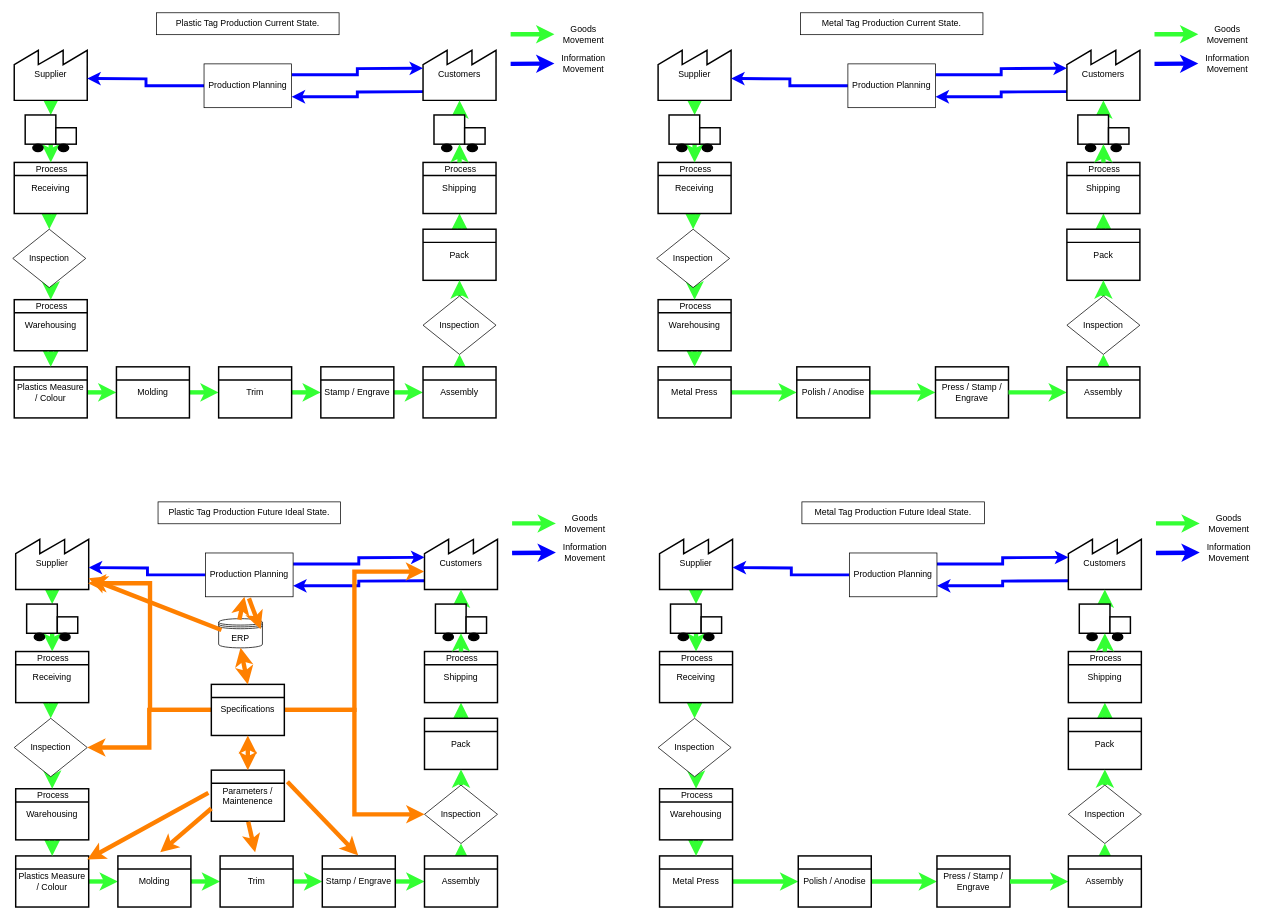
Earlier version of the draw.io diagram Untitled Diagram2.drawio (BertieHarte/Drawings). Source tidied: cells renumbered, new cells numbered last; positions are measured from the earlier drawing's top-left corner, leaving out a move shared by most shapes. Both pictures are drawn from the tidied source at 73%, with x=0, y=0 at pixel (12, 12).
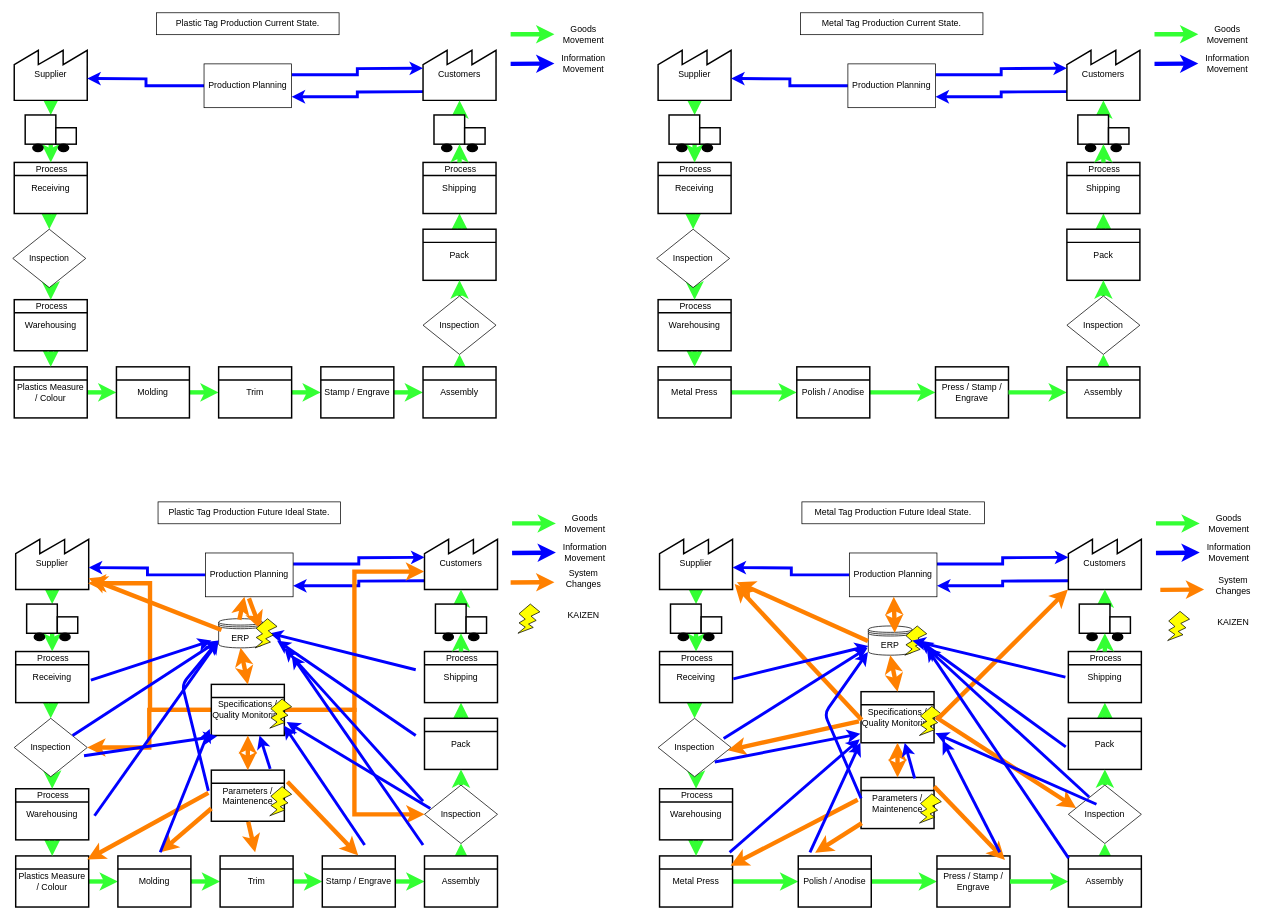
The same diagram, later.

The change refers to these unchanged cells:
```xml
<mxCell id="94" value="Receiving" style="strokeWidth=2;html=1;shape=mxgraph.lean_mapping.manufacturing_process;fontSize=12;verticalAlign=middle;html=1;align=center;whiteSpace=wrap;" parent="1" vertex="1">
  <mxGeometry x="4" y="875" width="100" height="70" as="geometry" />
</mxCell>
<mxCell id="103" value="Inspection" style="rhombus;whiteSpace=wrap;html=1;" parent="1" vertex="1">
  <mxGeometry x="2" y="966.5" width="100" height="80" as="geometry" />
</mxCell>
<mxCell id="127" value="Supplier" style="strokeWidth=2;html=1;shape=mxgraph.lean_mapping.outside_sources;whiteSpace=wrap;align=center;" parent="1" vertex="1">
  <mxGeometry x="886" y="720" width="100" height="70" as="geometry" />
</mxCell>
<mxCell id="129" value="Customers" style="strokeWidth=2;html=1;shape=mxgraph.lean_mapping.outside_sources;whiteSpace=wrap;align=center;" parent="1" vertex="1">
  <mxGeometry x="1446" y="720" width="100" height="70" as="geometry" />
</mxCell>
<mxCell id="131" value="Metal Press" style="strokeWidth=2;html=1;shape=mxgraph.lean_mapping.manufacturing_process;fontSize=12;verticalAlign=middle;html=1;align=center;whiteSpace=wrap;" parent="1" vertex="1">
  <mxGeometry x="886" y="1155" width="100" height="70" as="geometry" />
</mxCell>
<mxCell id="134" value="Production Planning" style="rounded=0;whiteSpace=wrap;html=1;" parent="1" vertex="1">
  <mxGeometry x="1146" y="740" width="120" height="60" as="geometry" />
</mxCell>
<mxCell id="136" value="Receiving" style="strokeWidth=2;html=1;shape=mxgraph.lean_mapping.manufacturing_process;fontSize=12;verticalAlign=middle;html=1;align=center;whiteSpace=wrap;" parent="1" vertex="1">
  <mxGeometry x="886" y="875" width="100" height="70" as="geometry" />
</mxCell>
<mxCell id="145" value="Inspection" style="rhombus;whiteSpace=wrap;html=1;" parent="1" vertex="1">
  <mxGeometry x="884" y="966.5" width="100" height="80" as="geometry" />
</mxCell>
<mxCell id="151" value="Assembly" style="strokeWidth=2;html=1;shape=mxgraph.lean_mapping.manufacturing_process;fontSize=12;verticalAlign=middle;html=1;align=center;whiteSpace=wrap;" parent="1" vertex="1">
  <mxGeometry x="1446" y="1155" width="100" height="70" as="geometry" />
</mxCell>
<mxCell id="153" value="Pack" style="strokeWidth=2;html=1;shape=mxgraph.lean_mapping.manufacturing_process;fontSize=12;verticalAlign=middle;html=1;align=center;whiteSpace=wrap;" parent="1" vertex="1">
  <mxGeometry x="1446" y="966.5" width="100" height="70" as="geometry" />
</mxCell>
<mxCell id="155" value="Inspection" style="rhombus;whiteSpace=wrap;html=1;" parent="1" vertex="1">
  <mxGeometry x="1446" y="1058" width="100" height="80" as="geometry" />
</mxCell>
<mxCell id="166" value="ERP" style="shape=datastore;whiteSpace=wrap;html=1;" parent="1" vertex="1">
  <mxGeometry x="282" y="830" width="60" height="40" as="geometry" />
</mxCell>
<mxCell id="172" value="Parameters / Maintenence" style="strokeWidth=2;html=1;shape=mxgraph.lean_mapping.manufacturing_process;fontSize=12;verticalAlign=middle;html=1;align=center;whiteSpace=wrap;" parent="1" vertex="1">
  <mxGeometry x="272" y="1037.5" width="100" height="70" as="geometry" />
</mxCell>
```

Diff of the diagram source:
```diff
@@
-    <mxCell id="171" value="Specifications" style="strokeWidth=2;html=1;shape=mxgraph.lean_mapping.manufacturing_process;fontSize=12;verticalAlign=middle;html=1;align=center;whiteSpace=wrap;" parent="1" vertex="1">
+    <mxCell id="171" value="Specifications / Quality Monitoring" style="strokeWidth=2;html=1;shape=mxgraph.lean_mapping.manufacturing_process;fontSize=12;verticalAlign=middle;html=1;align=center;whiteSpace=wrap;" parent="1" vertex="1">
       <mxGeometry x="272" y="920" width="100" height="70" as="geometry" />
     </mxCell>
@@
+    <mxCell id="182" style="endArrow=classic;html=1;strokeColor=#0000FF;strokeWidth=4;" parent="1" edge="1">
+      <mxGeometry relative="1" as="geometry">
+        <mxPoint x="552" y="900" as="sourcePoint" />
+        <mxPoint x="352" y="850" as="targetPoint" />
+      </mxGeometry>
+    </mxCell>
+    <mxCell id="183" style="endArrow=classic;html=1;strokeColor=#0000FF;strokeWidth=4;" parent="1" edge="1">
+      <mxGeometry relative="1" as="geometry">
+        <mxPoint x="552" y="990" as="sourcePoint" />
+        <mxPoint x="362" y="860" as="targetPoint" />
+      </mxGeometry>
+    </mxCell>
+    <mxCell id="184" style="endArrow=classic;html=1;strokeColor=#0000FF;strokeWidth=4;" parent="1" edge="1">
+      <mxGeometry relative="1" as="geometry">
+        <mxPoint x="562" y="1080" as="sourcePoint" />
+        <mxPoint x="372" y="870" as="targetPoint" />
+      </mxGeometry>
+    </mxCell>
+    <mxCell id="185" style="endArrow=classic;html=1;strokeColor=#0000FF;strokeWidth=4;" parent="1" edge="1">
+      <mxGeometry relative="1" as="geometry">
+        <mxPoint x="562" y="1140" as="sourcePoint" />
+        <mxPoint x="382" y="880" as="targetPoint" />
+      </mxGeometry>
+    </mxCell>
+    <mxCell id="186" style="endArrow=classic;html=1;strokeColor=#0000FF;strokeWidth=4;entryX=0.995;entryY=0.805;entryDx=0;entryDy=0;entryPerimeter=0;" parent="1" edge="1" target="171">
+      <mxGeometry relative="1" as="geometry">
+        <mxPoint x="482" y="1140" as="sourcePoint" />
+      </mxGeometry>
+    </mxCell>
+    <mxCell id="187" style="endArrow=classic;html=1;strokeColor=#0000FF;strokeWidth=4;entryX=-0.022;entryY=0.872;entryDx=0;entryDy=0;entryPerimeter=0;" parent="1" edge="1" target="171">
+      <mxGeometry relative="1" as="geometry">
+        <mxPoint x="202" y="1150" as="sourcePoint" />
+      </mxGeometry>
+    </mxCell>
+    <mxCell id="188" style="endArrow=classic;html=1;strokeColor=#0000FF;strokeWidth=4;entryX=1.032;entryY=0.738;entryDx=0;entryDy=0;entryPerimeter=0;" parent="1" edge="1" target="171">
+      <mxGeometry relative="1" as="geometry">
+        <mxPoint x="572" y="1090" as="sourcePoint" />
+      </mxGeometry>
+    </mxCell>
+    <mxCell id="189" style="endArrow=classic;html=1;strokeColor=#0000FF;strokeWidth=4;entryX=-0.022;entryY=0.872;entryDx=0;entryDy=0;entryPerimeter=0;exitX=0.956;exitY=0.641;exitDx=0;exitDy=0;exitPerimeter=0;" parent="1" edge="1" source="103">
+      <mxGeometry relative="1" as="geometry">
+        <mxPoint x="279.8" y="991" as="targetPoint" />
+      </mxGeometry>
+    </mxCell>
+    <mxCell id="190" style="endArrow=classic;html=1;strokeColor=#0000FF;strokeWidth=4;entryX=-0.015;entryY=0.765;entryDx=0;entryDy=0;entryPerimeter=0;exitX=-0.041;exitY=0.404;exitDx=0;exitDy=0;exitPerimeter=0;" parent="1" edge="1" source="172" target="166">
+      <mxGeometry relative="1" as="geometry">
+        <Array as="points">
+          <mxPoint x="232" y="920" />
+        </Array>
+      </mxGeometry>
+    </mxCell>
+    <mxCell id="191" style="endArrow=classic;html=1;strokeColor=#0000FF;strokeWidth=4;exitX=1.03;exitY=0.561;exitDx=0;exitDy=0;exitPerimeter=0;" parent="1" edge="1" source="94">
+      <mxGeometry relative="1" as="geometry">
+        <mxPoint x="272" y="860" as="targetPoint" />
+      </mxGeometry>
+    </mxCell>
+    <mxCell id="192" style="endArrow=classic;html=1;strokeColor=#0000FF;strokeWidth=4;exitX=0.8;exitY=0.294;exitDx=0;exitDy=0;exitPerimeter=0;" parent="1" edge="1" source="103">
+      <mxGeometry relative="1" as="geometry">
+        <mxPoint x="282" y="860" as="targetPoint" />
+      </mxGeometry>
+    </mxCell>
+    <mxCell id="193" style="endArrow=classic;html=1;strokeColor=#0000FF;strokeWidth=4;" parent="1" edge="1">
+      <mxGeometry relative="1" as="geometry">
+        <mxPoint x="112" y="1100" as="sourcePoint" />
+        <mxPoint x="282" y="860" as="targetPoint" />
+      </mxGeometry>
+    </mxCell>
+    <mxCell id="194" style="endArrow=classic;html=1;strokeColor=#FF8000;strokeWidth=6;" parent="1" edge="1">
+      <mxGeometry relative="1" as="geometry">
+        <mxPoint x="682" y="780.5" as="sourcePoint" />
+        <mxPoint x="742" y="780" as="targetPoint" />
+      </mxGeometry>
+    </mxCell>
+    <mxCell id="195" value="System Changes" style="text;html=1;strokeColor=none;fillColor=none;align=center;verticalAlign=middle;whiteSpace=wrap;rounded=0;" parent="1" vertex="1">
+      <mxGeometry x="742" y="760" width="80" height="30" as="geometry" />
+    </mxCell>
+    <mxCell id="196" style="verticalLabelPosition=bottom;verticalAlign=top;html=1;shape=mxgraph.basic.flash;fillColor=#FFFF00;" parent="1" vertex="1">
+      <mxGeometry x="692" y="810" width="30" height="40" as="geometry" />
+    </mxCell>
+    <mxCell id="197" value="KAIZEN" style="text;html=1;strokeColor=none;fillColor=none;align=center;verticalAlign=middle;whiteSpace=wrap;rounded=0;" parent="1" vertex="1">
+      <mxGeometry x="742" y="810" width="80" height="30" as="geometry" />
+    </mxCell>
+    <mxCell id="198" style="verticalLabelPosition=bottom;verticalAlign=top;html=1;shape=mxgraph.basic.flash;fillColor=#FFFF00;" parent="1" vertex="1">
+      <mxGeometry x="332" y="830" width="30" height="40" as="geometry" />
+    </mxCell>
+    <mxCell id="199" style="verticalLabelPosition=bottom;verticalAlign=top;html=1;shape=mxgraph.basic.flash;fillColor=#FFFF00;" parent="1" vertex="1">
+      <mxGeometry x="352" y="940" width="30" height="40" as="geometry" />
+    </mxCell>
+    <mxCell id="200" style="verticalLabelPosition=bottom;verticalAlign=top;html=1;shape=mxgraph.basic.flash;fillColor=#FFFF00;" parent="1" vertex="1">
+      <mxGeometry x="352" y="1060" width="30" height="40" as="geometry" />
+    </mxCell>
+    <mxCell id="201" value="ERP" style="shape=datastore;whiteSpace=wrap;html=1;" parent="1" vertex="1">
+      <mxGeometry x="1172" y="840" width="60" height="40" as="geometry" />
+    </mxCell>
+    <mxCell id="202" value="Specifications / Quality Monitoring" style="strokeWidth=2;html=1;shape=mxgraph.lean_mapping.manufacturing_process;fontSize=12;verticalAlign=middle;html=1;align=center;whiteSpace=wrap;" parent="1" vertex="1">
+      <mxGeometry x="1162" y="930" width="100" height="70" as="geometry" />
+    </mxCell>
+    <mxCell id="203" value="Parameters / Maintenence" style="strokeWidth=2;html=1;shape=mxgraph.lean_mapping.manufacturing_process;fontSize=12;verticalAlign=middle;html=1;align=center;whiteSpace=wrap;" parent="1" vertex="1">
+      <mxGeometry x="1162" y="1047.5" width="100" height="70" as="geometry" />
+    </mxCell>
+    <mxCell id="204" style="endArrow=classic;startArrow=classic;html=1;strokeColor=#FF8000;strokeWidth=6;entryX=0.5;entryY=1;entryDx=0;entryDy=0;exitX=0.5;exitY=0;exitDx=0;exitDy=0;" parent="1" edge="1" source="202" target="201">
+      <mxGeometry relative="1" as="geometry" />
+    </mxCell>
+    <mxCell id="205" style="endArrow=classic;startArrow=classic;html=1;strokeColor=#FF8000;strokeWidth=6;entryX=0.5;entryY=1;entryDx=0;entryDy=0;exitX=0.5;exitY=0;exitDx=0;exitDy=0;" parent="1" edge="1" source="203" target="202">
+      <mxGeometry relative="1" as="geometry" />
+    </mxCell>
+    <mxCell id="206" style="verticalLabelPosition=bottom;verticalAlign=top;html=1;shape=mxgraph.basic.flash;fillColor=#FFFF00;" parent="1" vertex="1">
+      <mxGeometry x="1222" y="840" width="30" height="40" as="geometry" />
+    </mxCell>
+    <mxCell id="207" style="verticalLabelPosition=bottom;verticalAlign=top;html=1;shape=mxgraph.basic.flash;fillColor=#FFFF00;" parent="1" vertex="1">
+      <mxGeometry x="1242" y="950" width="30" height="40" as="geometry" />
+    </mxCell>
+    <mxCell id="208" style="verticalLabelPosition=bottom;verticalAlign=top;html=1;shape=mxgraph.basic.flash;fillColor=#FFFF00;" parent="1" vertex="1">
+      <mxGeometry x="1242" y="1070" width="30" height="40" as="geometry" />
+    </mxCell>
+    <mxCell id="209" style="endArrow=classic;html=1;strokeColor=#FF8000;strokeWidth=6;" parent="1" edge="1">
+      <mxGeometry relative="1" as="geometry">
+        <mxPoint x="1572" y="790.5" as="sourcePoint" />
+        <mxPoint x="1632" y="790" as="targetPoint" />
+      </mxGeometry>
+    </mxCell>
+    <mxCell id="210" value="System Changes" style="text;html=1;strokeColor=none;fillColor=none;align=center;verticalAlign=middle;whiteSpace=wrap;rounded=0;" parent="1" vertex="1">
+      <mxGeometry x="1632" y="770" width="80" height="30" as="geometry" />
+    </mxCell>
+    <mxCell id="211" style="verticalLabelPosition=bottom;verticalAlign=top;html=1;shape=mxgraph.basic.flash;fillColor=#FFFF00;" parent="1" vertex="1">
+      <mxGeometry x="1582" y="820" width="30" height="40" as="geometry" />
+    </mxCell>
+    <mxCell id="212" value="KAIZEN" style="text;html=1;strokeColor=none;fillColor=none;align=center;verticalAlign=middle;whiteSpace=wrap;rounded=0;" parent="1" vertex="1">
+      <mxGeometry x="1632" y="820" width="80" height="30" as="geometry" />
+    </mxCell>
+    <mxCell id="213" style="endArrow=classic;html=1;strokeColor=#FF8000;strokeWidth=6;entryX=0.491;entryY=-0.011;entryDx=0;entryDy=0;entryPerimeter=0;exitX=1.042;exitY=0.229;exitDx=0;exitDy=0;exitPerimeter=0;" parent="1" edge="1">
+      <mxGeometry relative="1" as="geometry">
+        <mxPoint x="1262.2" y="1060" as="sourcePoint" />
+        <mxPoint x="1359.1" y="1160.7" as="targetPoint" />
+      </mxGeometry>
+    </mxCell>
+    <mxCell id="214" style="endArrow=classic;html=1;strokeColor=#FF8000;strokeWidth=6;entryX=0.106;entryY=0.391;entryDx=0;entryDy=0;entryPerimeter=0;exitX=0.755;exitY=0.376;exitDx=0;exitDy=0;exitPerimeter=0;" parent="1" edge="1" source="207" target="155">
+      <mxGeometry relative="1" as="geometry" />
+    </mxCell>
+    <mxCell id="215" style="endArrow=classic;html=1;strokeColor=#FF8000;strokeWidth=6;entryX=0.491;entryY=-0.011;entryDx=0;entryDy=0;entryPerimeter=0;exitX=0.01;exitY=0.893;exitDx=0;exitDy=0;exitPerimeter=0;" parent="1" edge="1" source="203">
+      <mxGeometry relative="1" as="geometry">
+        <mxPoint x="1099.1" y="1150.7" as="targetPoint" />
+      </mxGeometry>
+    </mxCell>
+    <mxCell id="216" style="endArrow=classic;html=1;strokeColor=#FF8000;strokeWidth=6;entryX=0.972;entryY=0.191;entryDx=0;entryDy=0;entryPerimeter=0;exitX=-0.046;exitY=0.436;exitDx=0;exitDy=0;exitPerimeter=0;" parent="1" edge="1" source="203" target="131">
+      <mxGeometry relative="1" as="geometry" />
+    </mxCell>
+    <mxCell id="217" style="endArrow=classic;html=1;strokeColor=#FF8000;strokeWidth=6;exitX=0.01;exitY=0.555;exitDx=0;exitDy=0;exitPerimeter=0;entryX=1.029;entryY=0.892;entryDx=0;entryDy=0;entryPerimeter=0;" parent="1" edge="1" source="202" target="127">
+      <mxGeometry relative="1" as="geometry" />
+    </mxCell>
+    <mxCell id="218" style="endArrow=classic;html=1;strokeColor=#FF8000;strokeWidth=6;exitX=-0.028;exitY=0.582;exitDx=0;exitDy=0;exitPerimeter=0;entryX=0.955;entryY=0.547;entryDx=0;entryDy=0;entryPerimeter=0;" parent="1" edge="1" source="202" target="145">
+      <mxGeometry relative="1" as="geometry" />
+    </mxCell>
+    <mxCell id="219" style="endArrow=classic;html=1;strokeColor=#FF8000;strokeWidth=6;entryX=-0.006;entryY=1;entryDx=0;entryDy=0;entryPerimeter=0;exitX=0.849;exitY=0.424;exitDx=0;exitDy=0;exitPerimeter=0;" parent="1" edge="1" source="207" target="129">
+      <mxGeometry relative="1" as="geometry" />
+    </mxCell>
+    <mxCell id="220" style="endArrow=classic;html=1;strokeColor=#FF8000;strokeWidth=6;exitX=-0.009;exitY=0.515;exitDx=0;exitDy=0;exitPerimeter=0;" parent="1" edge="1" source="201">
+      <mxGeometry relative="1" as="geometry">
+        <mxPoint x="992" y="780" as="targetPoint" />
+      </mxGeometry>
+    </mxCell>
+    <mxCell id="221" style="endArrow=classic;startArrow=classic;html=1;strokeColor=#FF8000;strokeWidth=6;entryX=0.603;entryY=0.232;entryDx=0;entryDy=0;entryPerimeter=0;" parent="1" edge="1" source="134" target="201">
+      <mxGeometry relative="1" as="geometry" />
+    </mxCell>
+    <mxCell id="222" style="endArrow=classic;html=1;strokeColor=#0000FF;strokeWidth=4;" parent="1" edge="1">
+      <mxGeometry relative="1" as="geometry">
+        <mxPoint x="1442" y="910" as="sourcePoint" />
+        <mxPoint x="1232" y="860" as="targetPoint" />
+      </mxGeometry>
+    </mxCell>
+    <mxCell id="223" style="endArrow=classic;html=1;strokeColor=#0000FF;strokeWidth=4;exitX=-0.035;exitY=0.558;exitDx=0;exitDy=0;exitPerimeter=0;" parent="1" edge="1" source="153">
+      <mxGeometry relative="1" as="geometry">
+        <mxPoint x="1242" y="860" as="targetPoint" />
+      </mxGeometry>
+    </mxCell>
+    <mxCell id="224" style="endArrow=classic;html=1;strokeColor=#0000FF;strokeWidth=4;exitX=0.285;exitY=0.203;exitDx=0;exitDy=0;exitPerimeter=0;" parent="1" edge="1" source="155">
+      <mxGeometry relative="1" as="geometry">
+        <mxPoint x="1252" y="870" as="targetPoint" />
+      </mxGeometry>
+    </mxCell>
+    <mxCell id="225" style="endArrow=classic;html=1;strokeColor=#0000FF;strokeWidth=4;exitX=0.003;exitY=0.043;exitDx=0;exitDy=0;exitPerimeter=0;" parent="1" edge="1" source="151">
+      <mxGeometry relative="1" as="geometry">
+        <mxPoint x="1252" y="870" as="targetPoint" />
+      </mxGeometry>
+    </mxCell>
+    <mxCell id="226" style="endArrow=classic;html=1;strokeColor=#0000FF;strokeWidth=4;exitX=0.285;exitY=0.203;exitDx=0;exitDy=0;exitPerimeter=0;entryX=1.017;entryY=0.81;entryDx=0;entryDy=0;entryPerimeter=0;" parent="1" edge="1" target="202">
+      <mxGeometry relative="1" as="geometry">
+        <mxPoint x="1484.5" y="1084.2" as="sourcePoint" />
+      </mxGeometry>
+    </mxCell>
+    <mxCell id="227" style="endArrow=classic;html=1;strokeColor=#0000FF;strokeWidth=4;entryX=1.017;entryY=0.81;entryDx=0;entryDy=0;entryPerimeter=0;" parent="1" edge="1">
+      <mxGeometry relative="1" as="geometry">
+        <mxPoint x="1352" y="1150" as="sourcePoint" />
+        <mxPoint x="1273.7" y="996.7" as="targetPoint" />
+      </mxGeometry>
+    </mxCell>
+    <mxCell id="228" style="endArrow=classic;html=1;strokeColor=#0000FF;strokeWidth=4;entryX=-0.009;entryY=0.998;entryDx=0;entryDy=0;entryPerimeter=0;" parent="1" edge="1" target="202">
+      <mxGeometry relative="1" as="geometry">
+        <mxPoint x="1092" y="1150" as="sourcePoint" />
+      </mxGeometry>
+    </mxCell>
+    <mxCell id="229" style="endArrow=classic;html=1;strokeColor=#0000FF;strokeWidth=4;entryX=-0.018;entryY=0.931;entryDx=0;entryDy=0;entryPerimeter=0;" parent="1" edge="1" target="202">
+      <mxGeometry relative="1" as="geometry">
+        <mxPoint x="982" y="1150" as="sourcePoint" />
+      </mxGeometry>
+    </mxCell>
+    <mxCell id="230" style="endArrow=classic;html=1;strokeColor=#0000FF;strokeWidth=4;entryX=-0.009;entryY=0.824;entryDx=0;entryDy=0;entryPerimeter=0;exitX=0.776;exitY=0.747;exitDx=0;exitDy=0;exitPerimeter=0;" parent="1" edge="1" source="145" target="202">
+      <mxGeometry relative="1" as="geometry" />
+    </mxCell>
+    <mxCell id="231" style="endArrow=classic;html=1;strokeColor=#0000FF;strokeWidth=4;exitX=0.898;exitY=0.347;exitDx=0;exitDy=0;exitPerimeter=0;" parent="1" edge="1" source="145">
+      <mxGeometry relative="1" as="geometry">
+        <mxPoint x="1171" y="870" as="targetPoint" />
+      </mxGeometry>
+    </mxCell>
+    <mxCell id="232" style="endArrow=classic;html=1;strokeColor=#0000FF;strokeWidth=4;exitX=1.01;exitY=0.534;exitDx=0;exitDy=0;exitPerimeter=0;" parent="1" edge="1" source="136" target="201">
+      <mxGeometry relative="1" as="geometry" />
+    </mxCell>
+    <mxCell id="233" style="endArrow=classic;html=1;strokeColor=#0000FF;strokeWidth=4;entryX=-0.009;entryY=0.891;entryDx=0;entryDy=0;entryPerimeter=0;exitX=0.001;exitY=0.409;exitDx=0;exitDy=0;exitPerimeter=0;" parent="1" edge="1" source="203" target="201">
+      <mxGeometry relative="1" as="geometry">
+        <Array as="points">
+          <mxPoint x="1112" y="960" />
+        </Array>
+      </mxGeometry>
+    </mxCell>
+    <mxCell id="234" style="endArrow=classic;html=1;strokeColor=#0000FF;strokeWidth=4;exitX=0.735;exitY=0.019;exitDx=0;exitDy=0;exitPerimeter=0;" parent="1" edge="1" source="203" target="202">
+      <mxGeometry relative="1" as="geometry" />
+    </mxCell>
+    <mxCell id="235" style="endArrow=classic;html=1;strokeColor=#0000FF;strokeWidth=4;exitX=0.806;exitY=-0.026;exitDx=0;exitDy=0;exitPerimeter=0;" parent="1" edge="1" source="172">
+      <mxGeometry relative="1" as="geometry">
+        <mxPoint x="338" y="990" as="targetPoint" />
+      </mxGeometry>
+    </mxCell>
```
